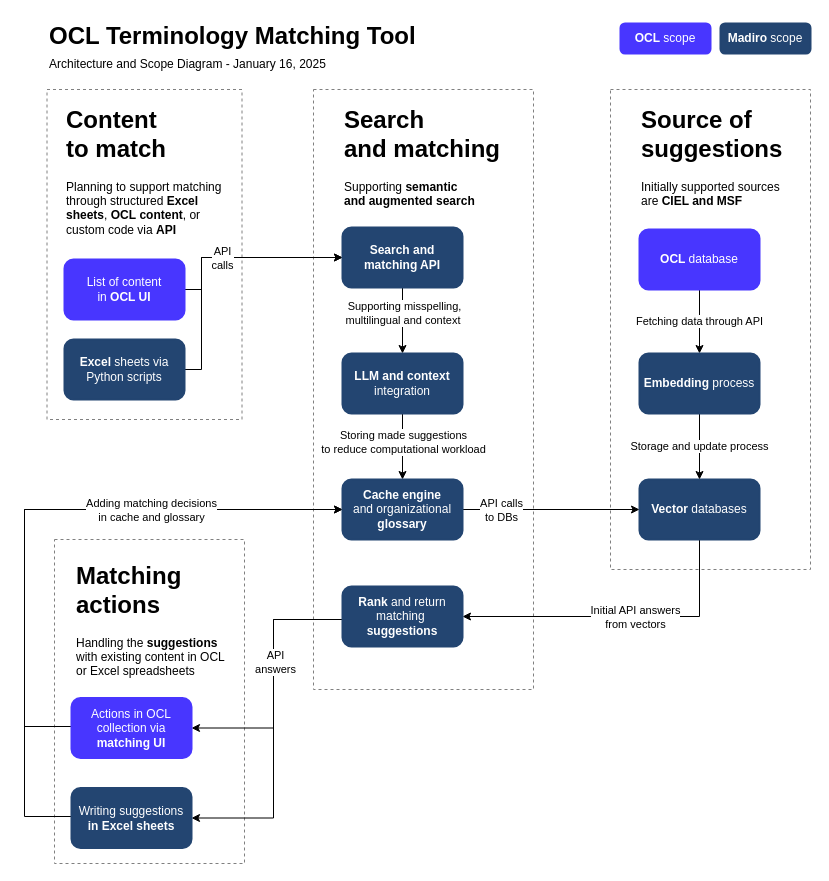
michaelbontyes/diagrams keeps this draw.io diagram as TerminologyMatchingAI.drawio. Above is the earlier version. Source tidied: cells renumbered, new cells numbered last; positions are measured from the earlier drawing's top-left corner, leaving out a move shared by most shapes. Both pictures are drawn from the tidied source at 100%, with x=0, y=0 at pixel (24, 17).
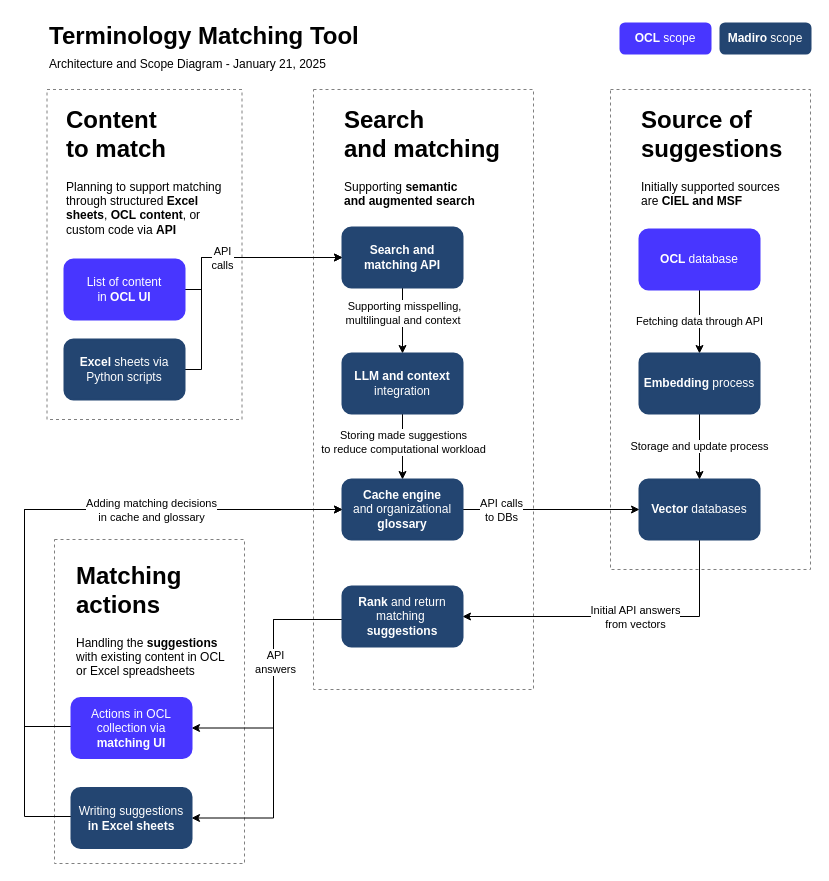
The same page after the edit.

Change to the diagram source:
```diff
@@
-    <mxCell id="45" value="&lt;h1 style=&quot;margin-top: 0px; line-height: 100%;&quot;&gt;OCL Terminology Matching Tool&lt;br&gt;&lt;span style=&quot;font-size: 12px; font-weight: normal; background-color: transparent; color: light-dark(rgb(0, 0, 0), rgb(255, 255, 255));&quot;&gt;Architecture and Scope Diagram - January 16, 2025&lt;/span&gt;&lt;/h1&gt;" style="text;html=1;whiteSpace=wrap;overflow=hidden;rounded=0;strokeColor=none;dashed=1;" parent="1" vertex="1">
+    <mxCell id="45" value="&lt;h1 style=&quot;margin-top: 0px; line-height: 100%;&quot;&gt;Terminology Matching Tool&lt;br&gt;&lt;span style=&quot;font-size: 12px; font-weight: normal; background-color: transparent; color: light-dark(rgb(0, 0, 0), rgb(255, 255, 255));&quot;&gt;Architecture and Scope Diagram - January 21, 2025&lt;/span&gt;&lt;/h1&gt;" style="text;html=1;whiteSpace=wrap;overflow=hidden;rounded=0;strokeColor=none;dashed=1;" parent="1" vertex="1">
       <mxGeometry x="23" width="535.5" height="61" as="geometry" />
     </mxCell>
```
